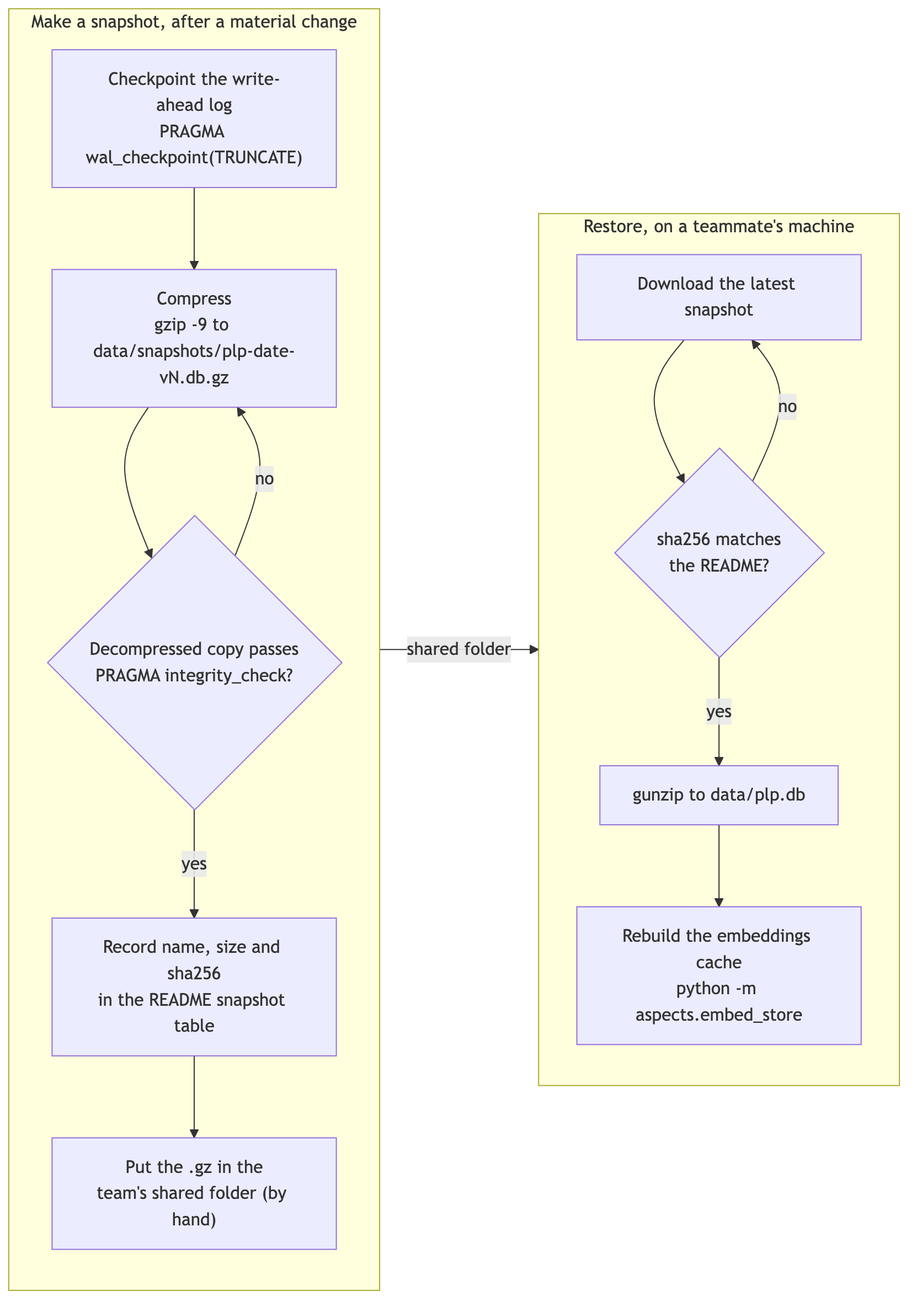
The Mermaid diagram docs/diagrams/img/18-snapshots.png in Gavingyh/plp-project, before a commit. Its source is kept beside it as docs/diagrams/src/18-snapshots.mmd. Source of this version:
```mermaid
flowchart LR
  accTitle: Database snapshot and restore
  accDescr: The owner checkpoints the write-ahead log, compresses the database, verifies the copy, records its checksum in the README and puts it in the team's shared folder. A teammate downloads it, checks the checksum and decompresses it to data/plp.db; the embeddings cache is rebuilt locally.

  subgraph make["Make a snapshot, after a material change"]
    direction TB
    ck["Checkpoint the write-ahead log<br/>PRAGMA wal_checkpoint(TRUNCATE)"]
    gz["Compress<br/>gzip -9 to data/snapshots/plp-date-vN.db.gz"]
    ver{"Decompressed copy passes<br/>PRAGMA integrity_check?"}
    sha["Record name, size and sha256<br/>in the README snapshot table"]
    up["Put the .gz in the<br/>team's shared folder (by hand)"]
  end

  subgraph use["Restore, on a teammate's machine"]
    direction TB
    dl["Download the latest snapshot"]
    same{"sha256 matches<br/>the README?"}
    un["gunzip to data/plp.db"]
    emb["Rebuild the embeddings cache<br/>python -m aspects.embed_store"]
  end

  ck --> gz --> ver
  ver -- yes --> sha --> up
  ver -- no --> gz
  make -- "shared folder" --> use
  dl --> same
  same -- yes --> un --> emb
  same -- no --> dl
```
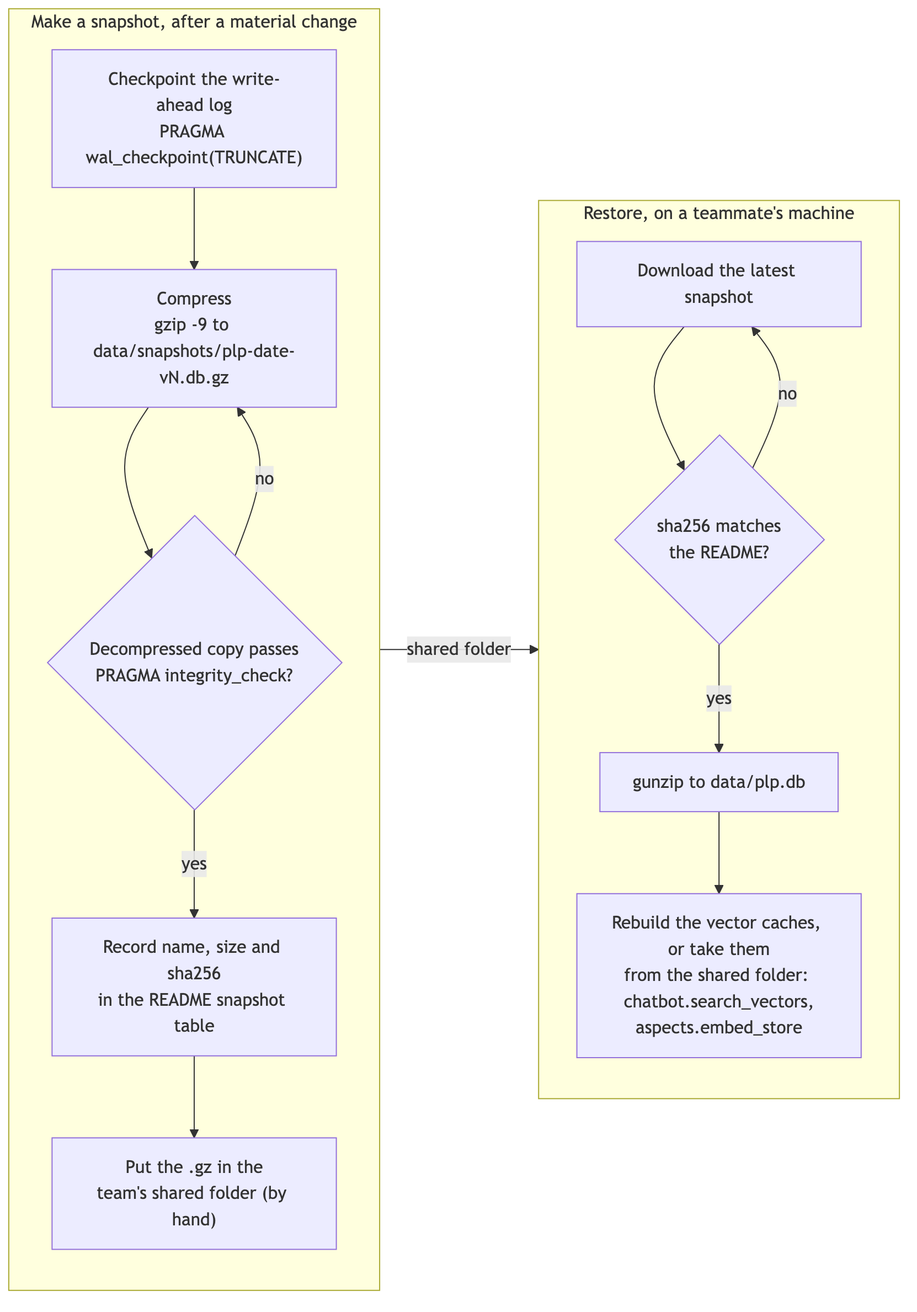
After the commit.

What changed in the source:
```diff
@@ -1,6 +1,6 @@
 flowchart LR
   accTitle: Database snapshot and restore
-  accDescr: The owner checkpoints the write-ahead log, compresses the database, verifies the copy, records its checksum in the README and puts it in the team's shared folder. A teammate downloads it, checks the checksum and decompresses it to data/plp.db; the embeddings cache is rebuilt locally.
+  accDescr: The owner checkpoints the write-ahead log, compresses the database, verifies the copy, records its checksum in the README and puts it in the team's shared folder. A teammate downloads it, checks the checksum and decompresses it to data/plp.db; the two vector caches are rebuilt locally or taken from the shared folder.
 
   subgraph make["Make a snapshot, after a material change"]
     direction TB
@@ -16,7 +16,7 @@
     dl["Download the latest snapshot"]
     same{"sha256 matches<br/>the README?"}
     un["gunzip to data/plp.db"]
-    emb["Rebuild the embeddings cache<br/>python -m aspects.embed_store"]
+    emb["Rebuild the vector caches, or take them<br/>from the shared folder: chatbot.search_vectors,<br/>aspects.embed_store"]
   end
 
   ck --> gz --> ver
```
